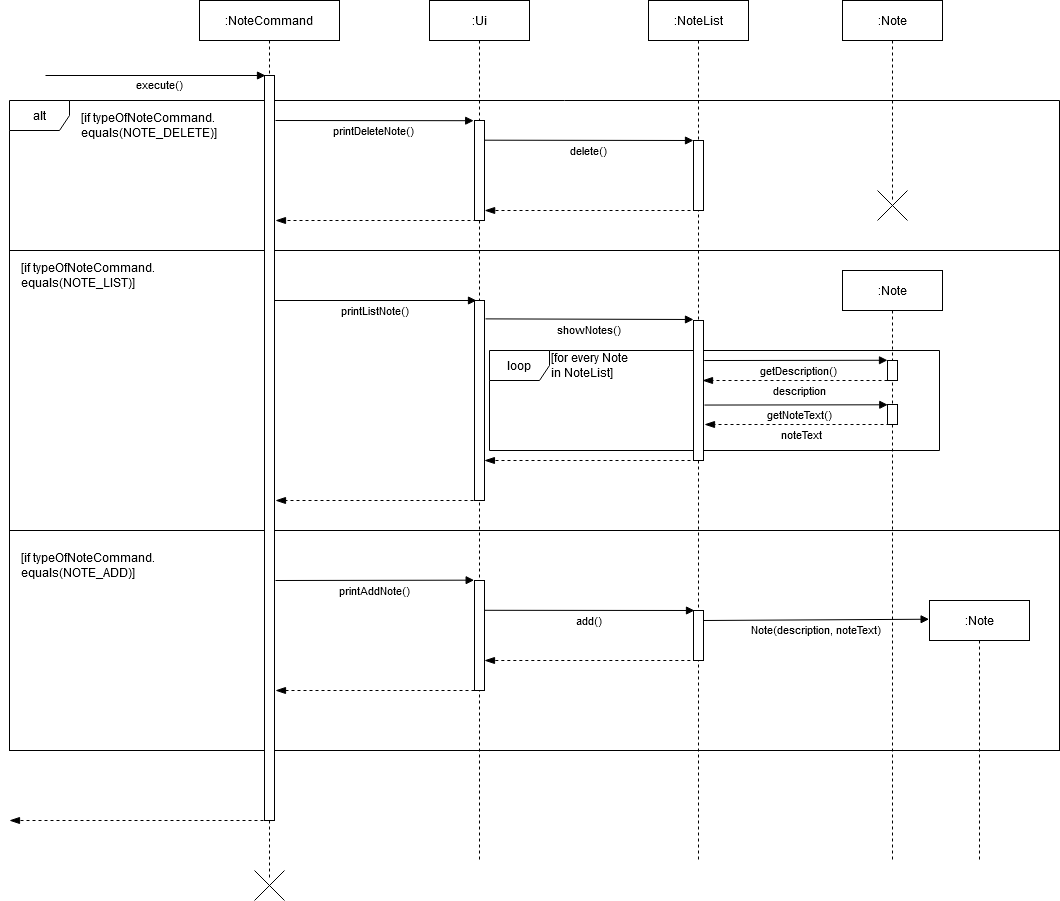
The draw.io diagram docs/images/NoteCommandSequence.png in nus-cs2113-AY2021S1/tp, before a commit. Source tidied: cells renumbered, new cells last; positions are measured from the earlier drawing's top-left corner, leaving out a move shared by most shapes. Source of this version:
```xml
<mxGraphModel>
  <root>
    <mxCell id="0" />
    <mxCell id="1" parent="0" />
    <mxCell id="2" style="html=1;" parent="1" vertex="1">
      <mxGeometry y="250" width="1050" height="280" as="geometry" />
    </mxCell>
    <mxCell id="3" value="loop" style="shape=umlFrame;whiteSpace=wrap;html=1;" parent="1" vertex="1">
      <mxGeometry x="480" y="350" width="450" height="100" as="geometry" />
    </mxCell>
    <mxCell id="4" value="alt" style="shape=umlFrame;whiteSpace=wrap;html=1;" parent="1" vertex="1">
      <mxGeometry y="100" width="1050" height="150" as="geometry" />
    </mxCell>
    <mxCell id="5" style="html=1;" parent="1" vertex="1">
      <mxGeometry y="530" width="1050" height="220" as="geometry" />
    </mxCell>
    <mxCell id="6" value=":NoteCommand" style="shape=umlLifeline;perimeter=lifelinePerimeter;rounded=0;shadow=0;strokeWidth=1;size=40;" parent="1" vertex="1">
      <mxGeometry x="190" width="140" height="880" as="geometry" />
    </mxCell>
    <mxCell id="7" style="perimeter=orthogonalPerimeter;rounded=0;shadow=0;strokeWidth=1;" parent="6" vertex="1">
      <mxGeometry x="65" y="75" width="10" height="745" as="geometry" />
    </mxCell>
    <mxCell id="8" value=":Ui" style="shape=umlLifeline;perimeter=lifelinePerimeter;rounded=0;shadow=0;strokeWidth=1;" parent="1" vertex="1">
      <mxGeometry x="420" width="100" height="860" as="geometry" />
    </mxCell>
    <mxCell id="9" style="points=[];perimeter=orthogonalPerimeter;rounded=0;shadow=0;strokeWidth=1;" parent="8" vertex="1">
      <mxGeometry x="45" y="120" width="10" height="100" as="geometry" />
    </mxCell>
    <mxCell id="10" style="perimeter=orthogonalPerimeter;rounded=0;shadow=0;strokeWidth=1;" parent="8" vertex="1">
      <mxGeometry x="45" y="300" width="10" height="200" as="geometry" />
    </mxCell>
    <mxCell id="11" value=":NoteList" style="shape=umlLifeline;perimeter=lifelinePerimeter;rounded=0;shadow=0;strokeWidth=1;" parent="1" vertex="1">
      <mxGeometry x="639" width="100" height="860" as="geometry" />
    </mxCell>
    <mxCell id="12" style="perimeter=orthogonalPerimeter;rounded=0;shadow=0;strokeWidth=1;" parent="11" vertex="1">
      <mxGeometry x="45" y="140" width="10" height="70" as="geometry" />
    </mxCell>
    <mxCell id="13" style="perimeter=orthogonalPerimeter;rounded=0;shadow=0;strokeWidth=1;" parent="11" vertex="1">
      <mxGeometry x="45" y="320" width="10" height="140" as="geometry" />
    </mxCell>
    <mxCell id="14" style="perimeter=orthogonalPerimeter;rounded=0;shadow=0;strokeWidth=1;" parent="11" vertex="1">
      <mxGeometry x="45" y="610" width="10" height="50" as="geometry" />
    </mxCell>
    <mxCell id="15" value="showTopics()" style="verticalAlign=bottom;endArrow=block;entryX=0;entryY=0;shadow=0;strokeWidth=1;" parent="1" edge="1">
      <mxGeometry y="-20" relative="1" as="geometry">
        <mxPoint x="265" y="460" as="sourcePoint" />
      </mxGeometry>
    </mxCell>
    <mxCell id="16" style="html=1;verticalAlign=bottom;endArrow=block;" parent="1" edge="1">
      <mxGeometry x="-0.12" y="-90" relative="1" as="geometry">
        <mxPoint x="36" y="75" as="sourcePoint" />
        <mxPoint x="256" y="75" as="targetPoint" />
      </mxGeometry>
    </mxCell>
    <mxCell id="17" value="execute()" style="edgeLabel;html=1;align=center;verticalAlign=middle;" parent="16" vertex="1">
      <mxGeometry x="-0.38" y="-1" relative="1" as="geometry">
        <mxPoint x="45.7" y="7" as="offset" />
      </mxGeometry>
    </mxCell>
    <mxCell id="18" value=":Note" style="shape=umlLifeline;perimeter=lifelinePerimeter;rounded=0;shadow=0;strokeWidth=1;" parent="1" vertex="1">
      <mxGeometry x="833" y="270" width="100" height="590" as="geometry" />
    </mxCell>
    <mxCell id="19" style="perimeter=orthogonalPerimeter;rounded=0;shadow=0;strokeWidth=1;" parent="18" vertex="1">
      <mxGeometry x="45" y="90" width="10" height="20" as="geometry" />
    </mxCell>
    <mxCell id="20" style="perimeter=orthogonalPerimeter;rounded=0;shadow=0;strokeWidth=1;" parent="18" vertex="1">
      <mxGeometry x="45" y="134" width="10" height="20" as="geometry" />
    </mxCell>
    <mxCell id="21" value="description" style="html=1;verticalAlign=bottom;endArrow=blockThin;dashed=1;endSize=8;endFill=1;" parent="18" edge="1">
      <mxGeometry x="-0.02" y="20" relative="1" as="geometry">
        <mxPoint x="51" y="110" as="sourcePoint" />
        <mxPoint x="-140" y="110" as="targetPoint" />
      </mxGeometry>
    </mxCell>
    <mxCell id="22" value="getNoteText()" style="verticalAlign=bottom;endArrow=block;shadow=0;strokeWidth=1;entryX=-0.171;entryY=-0.011;entryDx=0;entryDy=0;entryPerimeter=0;" parent="18" edge="1">
      <mxGeometry x="0.04" y="-20" relative="1" as="geometry">
        <mxPoint x="-138" y="134.6" as="sourcePoint" />
        <mxPoint x="45.3" y="134.3" as="targetPoint" />
      </mxGeometry>
    </mxCell>
    <mxCell id="23" value="noteText" style="html=1;verticalAlign=bottom;endArrow=blockThin;dashed=1;endSize=8;endFill=1;" parent="18" edge="1">
      <mxGeometry x="-0.02" y="20" relative="1" as="geometry">
        <mxPoint x="53" y="154" as="sourcePoint" />
        <mxPoint x="-138" y="154" as="targetPoint" />
      </mxGeometry>
    </mxCell>
    <mxCell id="24" value="delete()" style="verticalAlign=bottom;endArrow=block;shadow=0;strokeWidth=1;exitX=1.11;exitY=0.197;exitDx=0;exitDy=0;exitPerimeter=0;" parent="1" edge="1">
      <mxGeometry y="-20" relative="1" as="geometry">
        <mxPoint x="475.1" y="139.7" as="sourcePoint" />
        <mxPoint x="684" y="140" as="targetPoint" />
      </mxGeometry>
    </mxCell>
    <mxCell id="25" style="html=1;verticalAlign=bottom;endArrow=blockThin;dashed=1;endSize=8;endFill=1;" parent="1" edge="1">
      <mxGeometry relative="1" as="geometry">
        <mxPoint x="693" y="210" as="sourcePoint" />
        <mxPoint x="475.2" y="210" as="targetPoint" />
      </mxGeometry>
    </mxCell>
    <mxCell id="26" value="printListNote()" style="verticalAlign=bottom;endArrow=block;shadow=0;strokeWidth=1;" parent="1" edge="1">
      <mxGeometry y="-20" relative="1" as="geometry">
        <mxPoint x="265" y="300" as="sourcePoint" />
        <mxPoint x="467" y="300" as="targetPoint" />
      </mxGeometry>
    </mxCell>
    <mxCell id="27" style="html=1;verticalAlign=bottom;endArrow=blockThin;dashed=1;endSize=8;endFill=1;" parent="1" edge="1">
      <mxGeometry relative="1" as="geometry">
        <mxPoint x="693" y="460" as="sourcePoint" />
        <mxPoint x="474.9" y="460" as="targetPoint" />
      </mxGeometry>
    </mxCell>
    <mxCell id="28" value="printAddNote()" style="verticalAlign=bottom;endArrow=block;shadow=0;strokeWidth=1;entryX=-0.034;entryY=-0.003;entryDx=0;entryDy=0;entryPerimeter=0;" parent="1" edge="1" target="40">
      <mxGeometry y="-20" relative="1" as="geometry">
        <mxPoint x="266" y="580" as="sourcePoint" />
      </mxGeometry>
    </mxCell>
    <mxCell id="29" style="html=1;verticalAlign=bottom;endArrow=blockThin;dashed=1;endSize=8;endFill=1;" parent="1" edge="1">
      <mxGeometry relative="1" as="geometry">
        <mxPoint x="692.8" y="660" as="sourcePoint" />
        <mxPoint x="475" y="660" as="targetPoint" />
      </mxGeometry>
    </mxCell>
    <mxCell id="30" style="html=1;verticalAlign=bottom;endArrow=blockThin;dashed=1;endSize=8;endFill=1;" parent="1" edge="1">
      <mxGeometry relative="1" as="geometry">
        <mxPoint x="471" y="690" as="sourcePoint" />
        <mxPoint x="266" y="690" as="targetPoint" />
      </mxGeometry>
    </mxCell>
    <mxCell id="31" style="html=1;verticalAlign=bottom;endArrow=blockThin;dashed=1;endSize=8;endFill=1;" parent="1" edge="1">
      <mxGeometry relative="1" as="geometry">
        <mxPoint x="254" y="820" as="sourcePoint" />
        <mxPoint y="820" as="targetPoint" />
      </mxGeometry>
    </mxCell>
    <mxCell id="32" value="&lt;div align=&quot;left&quot;&gt;&lt;font style=&quot;font-size: 12px&quot;&gt;[if typeOfNoteCommand.&lt;/font&gt;&lt;/div&gt;&lt;div align=&quot;left&quot;&gt;&lt;font style=&quot;font-size: 12px&quot;&gt;equals(NOTE_ADD)]&lt;/font&gt;&lt;/div&gt;" style="text;html=1;align=left;verticalAlign=middle;" parent="1" vertex="1">
      <mxGeometry x="10" y="550" width="150" height="30" as="geometry" />
    </mxCell>
    <mxCell id="33" value="&lt;div&gt;[for every Note &lt;br&gt;&lt;/div&gt;&lt;div&gt;in NoteList]&lt;/div&gt;" style="text;html=1;align=left;verticalAlign=middle;" parent="1" vertex="1">
      <mxGeometry x="540" y="350" width="90" height="30" as="geometry" />
    </mxCell>
    <mxCell id="34" value="printDeleteNote()" style="verticalAlign=bottom;endArrow=block;shadow=0;strokeWidth=1;entryX=-0.08;entryY=0.002;entryDx=0;entryDy=0;entryPerimeter=0;" parent="1" edge="1" target="9">
      <mxGeometry y="-20" relative="1" as="geometry">
        <mxPoint x="266" y="120" as="sourcePoint" />
      </mxGeometry>
    </mxCell>
    <mxCell id="35" value="showNotes()" style="verticalAlign=bottom;endArrow=block;shadow=0;strokeWidth=1;exitX=1;exitY=0.303;exitDx=0;exitDy=0;exitPerimeter=0;" parent="1" edge="1">
      <mxGeometry y="-20" relative="1" as="geometry">
        <mxPoint x="476" y="318.4" as="sourcePoint" />
        <mxPoint x="684" y="319" as="targetPoint" />
      </mxGeometry>
    </mxCell>
    <mxCell id="36" value="getDescription()" style="verticalAlign=bottom;endArrow=block;shadow=0;strokeWidth=1;entryX=-0.171;entryY=-0.011;entryDx=0;entryDy=0;entryPerimeter=0;" parent="1" edge="1">
      <mxGeometry x="0.04" y="-20" relative="1" as="geometry">
        <mxPoint x="694.7" y="360" as="sourcePoint" />
        <mxPoint x="878" y="359.8" as="targetPoint" />
      </mxGeometry>
    </mxCell>
    <mxCell id="37" style="html=1;verticalAlign=bottom;endArrow=blockThin;dashed=1;endSize=8;endFill=1;" parent="1" edge="1">
      <mxGeometry relative="1" as="geometry">
        <mxPoint x="470" y="500" as="sourcePoint" />
        <mxPoint x="266" y="500" as="targetPoint" />
      </mxGeometry>
    </mxCell>
    <mxCell id="38" style="html=1;verticalAlign=bottom;endArrow=blockThin;dashed=1;endSize=8;endFill=1;" parent="1" edge="1">
      <mxGeometry relative="1" as="geometry">
        <mxPoint x="473" y="220" as="sourcePoint" />
        <mxPoint x="266" y="220" as="targetPoint" />
      </mxGeometry>
    </mxCell>
    <mxCell id="39" value="&lt;div align=&quot;left&quot;&gt;&lt;font style=&quot;font-size: 12px&quot;&gt;[if typeOfNoteCommand.&lt;/font&gt;&lt;/div&gt;&lt;div align=&quot;left&quot;&gt;&lt;font style=&quot;font-size: 12px&quot;&gt;equals(NOTE_LIST)]&lt;/font&gt;&lt;/div&gt;" style="text;html=1;align=left;verticalAlign=middle;" parent="1" vertex="1">
      <mxGeometry x="10" y="260" width="150" height="30" as="geometry" />
    </mxCell>
    <mxCell id="40" style="points=[];perimeter=orthogonalPerimeter;rounded=0;shadow=0;strokeWidth=1;" parent="1" vertex="1">
      <mxGeometry x="465" y="580" width="10" height="110" as="geometry" />
    </mxCell>
    <mxCell id="41" value="add()" style="verticalAlign=bottom;endArrow=block;shadow=0;strokeWidth=1;exitX=0.96;exitY=0.271;exitDx=0;exitDy=0;exitPerimeter=0;" parent="1" edge="1" source="40">
      <mxGeometry y="-20" relative="1" as="geometry">
        <mxPoint x="685" y="610" as="targetPoint" />
      </mxGeometry>
    </mxCell>
    <mxCell id="42" style="shape=umlDestroy;" parent="1" vertex="1">
      <mxGeometry x="245" y="870" width="30" height="30" as="geometry" />
    </mxCell>
    <mxCell id="43" value=":Note" style="shape=umlLifeline;perimeter=lifelinePerimeter;rounded=0;shadow=0;strokeWidth=1;" parent="1" vertex="1">
      <mxGeometry x="833" width="100" height="200" as="geometry" />
    </mxCell>
    <mxCell id="44" value="&lt;div align=&quot;left&quot;&gt;&lt;font style=&quot;font-size: 12px&quot;&gt;[if typeOfNoteCommand.&lt;/font&gt;&lt;/div&gt;&lt;div align=&quot;left&quot;&gt;&lt;font style=&quot;font-size: 12px&quot;&gt;equals(NOTE_DELETE)]&lt;/font&gt;&lt;/div&gt;" style="text;html=1;align=left;verticalAlign=middle;" parent="1" vertex="1">
      <mxGeometry x="70" y="110" width="150" height="30" as="geometry" />
    </mxCell>
    <mxCell id="45" style="shape=umlDestroy;" parent="1" vertex="1">
      <mxGeometry x="868" y="190" width="30" height="30" as="geometry" />
    </mxCell>
    <mxCell id="46" value=":Note" style="shape=umlLifeline;perimeter=lifelinePerimeter;rounded=0;shadow=0;strokeWidth=1;" parent="1" vertex="1">
      <mxGeometry x="920" y="600" width="100" height="260" as="geometry" />
    </mxCell>
    <mxCell id="47" value="Note(description, noteText)" style="verticalAlign=bottom;endArrow=block;shadow=0;strokeWidth=1;entryX=-0.004;entryY=0.072;entryDx=0;entryDy=0;entryPerimeter=0;" parent="1" edge="1" target="46">
      <mxGeometry y="-20" relative="1" as="geometry">
        <mxPoint x="694" y="620" as="sourcePoint" />
      </mxGeometry>
    </mxCell>
  </root>
</mxGraphModel>
```
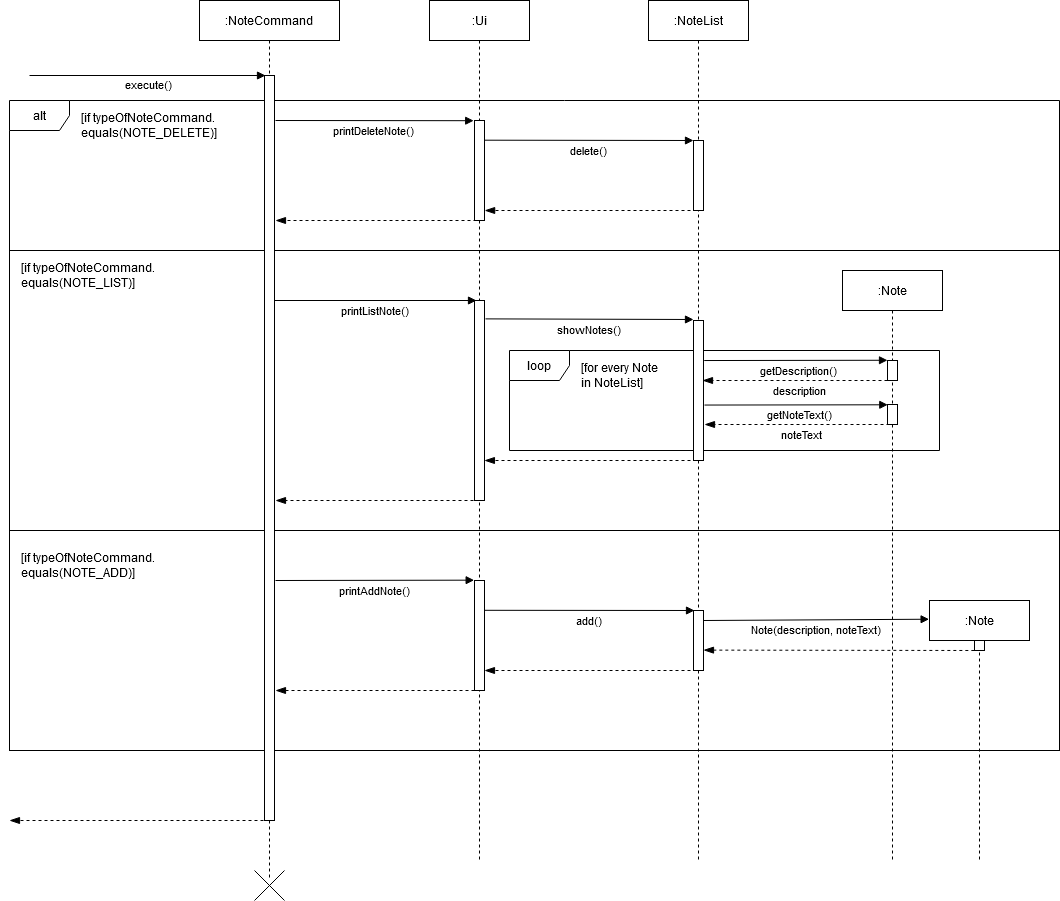
The same file after the commit.

Diff of the diagram source:
```diff
@@ -6,7 +6,7 @@
       <mxGeometry y="250" width="1050" height="280" as="geometry" />
     </mxCell>
     <mxCell id="3" value="loop" style="shape=umlFrame;whiteSpace=wrap;html=1;" parent="1" vertex="1">
-      <mxGeometry x="480" y="350" width="450" height="100" as="geometry" />
+      <mxGeometry x="500" y="350" width="430" height="100" as="geometry" />
     </mxCell>
     <mxCell id="4" value="alt" style="shape=umlFrame;whiteSpace=wrap;html=1;" parent="1" vertex="1">
       <mxGeometry y="100" width="1050" height="150" as="geometry" />
@@ -39,7 +39,7 @@
       <mxGeometry x="45" y="320" width="10" height="140" as="geometry" />
     </mxCell>
     <mxCell id="14" style="perimeter=orthogonalPerimeter;rounded=0;shadow=0;strokeWidth=1;" parent="11" vertex="1">
-      <mxGeometry x="45" y="610" width="10" height="50" as="geometry" />
+      <mxGeometry x="45" y="610" width="10" height="60" as="geometry" />
     </mxCell>
     <mxCell id="15" value="showTopics()" style="verticalAlign=bottom;endArrow=block;entryX=0;entryY=0;shadow=0;strokeWidth=1;" parent="1" edge="1">
       <mxGeometry y="-20" relative="1" as="geometry">
@@ -48,7 +48,7 @@
     </mxCell>
     <mxCell id="16" style="html=1;verticalAlign=bottom;endArrow=block;" parent="1" edge="1">
       <mxGeometry x="-0.12" y="-90" relative="1" as="geometry">
-        <mxPoint x="36" y="75" as="sourcePoint" />
+        <mxPoint x="20" y="75" as="sourcePoint" />
         <mxPoint x="256" y="75" as="targetPoint" />
       </mxGeometry>
     </mxCell>
@@ -115,8 +115,8 @@
     </mxCell>
     <mxCell id="29" style="html=1;verticalAlign=bottom;endArrow=blockThin;dashed=1;endSize=8;endFill=1;" parent="1" edge="1">
       <mxGeometry relative="1" as="geometry">
-        <mxPoint x="692.8" y="660" as="sourcePoint" />
-        <mxPoint x="475" y="660" as="targetPoint" />
+        <mxPoint x="693" y="670" as="sourcePoint" />
+        <mxPoint x="475" y="670" as="targetPoint" />
       </mxGeometry>
     </mxCell>
     <mxCell id="30" style="html=1;verticalAlign=bottom;endArrow=blockThin;dashed=1;endSize=8;endFill=1;" parent="1" edge="1">
@@ -135,7 +135,7 @@
       <mxGeometry x="10" y="550" width="150" height="30" as="geometry" />
     </mxCell>
     <mxCell id="33" value="&lt;div&gt;[for every Note &lt;br&gt;&lt;/div&gt;&lt;div&gt;in NoteList]&lt;/div&gt;" style="text;html=1;align=left;verticalAlign=middle;" parent="1" vertex="1">
-      <mxGeometry x="540" y="350" width="90" height="30" as="geometry" />
+      <mxGeometry x="570" y="360" width="90" height="30" as="geometry" />
     </mxCell>
     <mxCell id="34" value="printDeleteNote()" style="verticalAlign=bottom;endArrow=block;shadow=0;strokeWidth=1;entryX=-0.08;entryY=0.002;entryDx=0;entryDy=0;entryPerimeter=0;" parent="1" edge="1" target="9">
       <mxGeometry y="-20" relative="1" as="geometry">
@@ -180,22 +180,25 @@
     <mxCell id="42" style="shape=umlDestroy;" parent="1" vertex="1">
       <mxGeometry x="245" y="870" width="30" height="30" as="geometry" />
     </mxCell>
-    <mxCell id="43" value=":Note" style="shape=umlLifeline;perimeter=lifelinePerimeter;rounded=0;shadow=0;strokeWidth=1;" parent="1" vertex="1">
-      <mxGeometry x="833" width="100" height="200" as="geometry" />
-    </mxCell>
     <mxCell id="44" value="&lt;div align=&quot;left&quot;&gt;&lt;font style=&quot;font-size: 12px&quot;&gt;[if typeOfNoteCommand.&lt;/font&gt;&lt;/div&gt;&lt;div align=&quot;left&quot;&gt;&lt;font style=&quot;font-size: 12px&quot;&gt;equals(NOTE_DELETE)]&lt;/font&gt;&lt;/div&gt;" style="text;html=1;align=left;verticalAlign=middle;" parent="1" vertex="1">
       <mxGeometry x="70" y="110" width="150" height="30" as="geometry" />
     </mxCell>
-    <mxCell id="45" style="shape=umlDestroy;" parent="1" vertex="1">
-      <mxGeometry x="868" y="190" width="30" height="30" as="geometry" />
-    </mxCell>
     <mxCell id="46" value=":Note" style="shape=umlLifeline;perimeter=lifelinePerimeter;rounded=0;shadow=0;strokeWidth=1;" parent="1" vertex="1">
       <mxGeometry x="920" y="600" width="100" height="260" as="geometry" />
     </mxCell>
+    <mxCell id="48" style="perimeter=orthogonalPerimeter;rounded=0;shadow=0;strokeWidth=1;" parent="46" vertex="1">
+      <mxGeometry x="45" y="40" width="10" height="10" as="geometry" />
+    </mxCell>
     <mxCell id="47" value="Note(description, noteText)" style="verticalAlign=bottom;endArrow=block;shadow=0;strokeWidth=1;entryX=-0.004;entryY=0.072;entryDx=0;entryDy=0;entryPerimeter=0;" parent="1" edge="1" target="46">
       <mxGeometry y="-20" relative="1" as="geometry">
         <mxPoint x="694" y="620" as="sourcePoint" />
       </mxGeometry>
     </mxCell>
+    <mxCell id="49" style="html=1;verticalAlign=bottom;endArrow=blockThin;dashed=1;endSize=8;endFill=1;entryX=0.58;entryY=0.767;entryDx=0;entryDy=0;entryPerimeter=0;" parent="1" edge="1">
+      <mxGeometry relative="1" as="geometry">
+        <mxPoint x="964.8" y="650" as="sourcePoint" />
+        <mxPoint x="694" y="649.6" as="targetPoint" />
+      </mxGeometry>
+    </mxCell>
   </root>
 </mxGraphModel>
```
